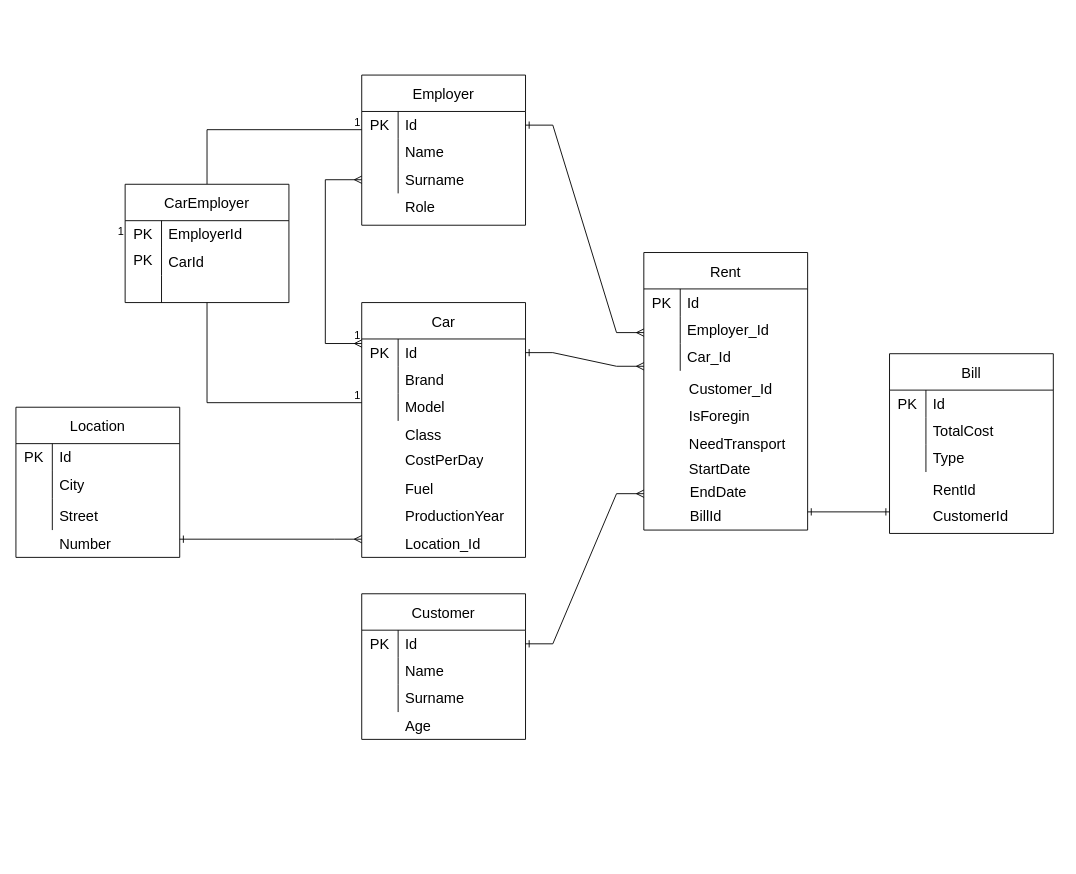
Tomasz98Zukowski/TripBudgetApp keeps this draw.io diagram as Homework warsztat.drawio. Above is the earlier version. Source tidied: cells renumbered, new cells numbered last; positions are measured from the earlier drawing's top-left corner, leaving out a move shared by most shapes. Both pictures are drawn from the tidied source at 91%, with x=0, y=0 at pixel (15, 75).
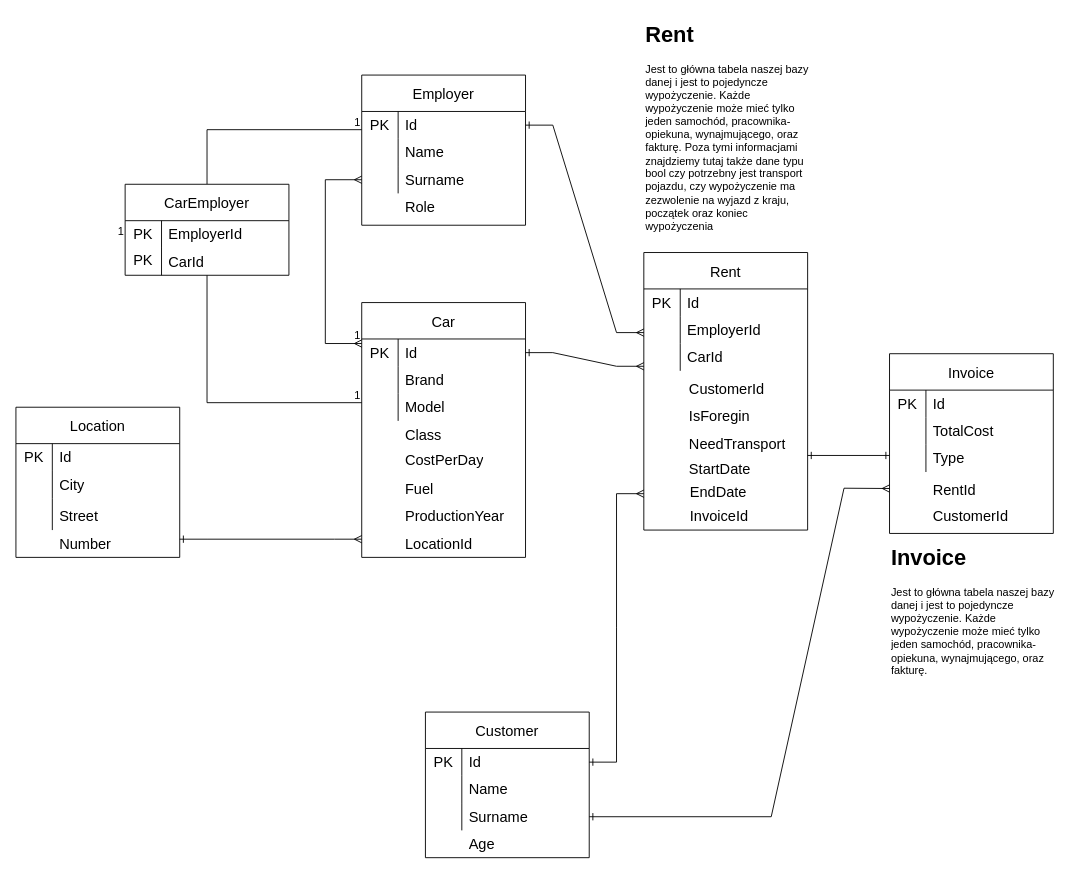
The same page after the edit.

Unchanged cells that the change refers to:
```xml
<mxCell id="6" style="shape=tableRow;horizontal=0;startSize=0;swimlaneHead=0;swimlaneBody=0;top=0;left=0;bottom=0;right=0;fillColor=none;strokeColor=inherit;fontSize=16;" parent="2" vertex="1">
  <mxGeometry y="70" width="180" height="30" as="geometry" />
</mxCell>
<mxCell id="9" style="shape=tableRow;horizontal=0;startSize=0;swimlaneHead=0;swimlaneBody=0;top=0;left=0;bottom=0;right=0;fillColor=none;strokeColor=inherit;fontSize=16;" parent="2" vertex="1">
  <mxGeometry y="100" width="180" height="30" as="geometry" />
</mxCell>
<mxCell id="23" style="shape=tableRow;horizontal=0;startSize=0;swimlaneHead=0;swimlaneBody=0;top=0;left=0;bottom=0;right=0;fillColor=none;points=[[0,0.5],[1,0.5]];portConstraint=eastwest;strokeColor=inherit;fontSize=16;" parent="16" vertex="1">
  <mxGeometry y="100" width="180" height="30" as="geometry" />
</mxCell>
<mxCell id="40" style="shape=tableRow;horizontal=0;startSize=0;swimlaneHead=0;swimlaneBody=0;top=0;left=0;bottom=0;right=0;fillColor=none;points=[[0,0.5],[1,0.5]];portConstraint=eastwest;strokeColor=inherit;fontSize=16;" parent="39" vertex="1">
  <mxGeometry y="40" width="180" height="30" as="geometry" />
</mxCell>
```

What changed in the source:
```diff
@@
-    <mxCell id="8" value="Employer_Id" style="shape=partialRectangle;html=1;whiteSpace=wrap;fillColor=none;top=0;left=0;bottom=0;right=0;align=left;spacingLeft=6;overflow=hidden;strokeColor=inherit;fontSize=16;" parent="6" vertex="1">
+    <mxCell id="8" value="EmployerId" style="shape=partialRectangle;html=1;whiteSpace=wrap;fillColor=none;top=0;left=0;bottom=0;right=0;align=left;spacingLeft=6;overflow=hidden;strokeColor=inherit;fontSize=16;" parent="6" vertex="1">
       <mxGeometry x="40" width="140" height="30" as="geometry" />
     </mxCell>
@@
-    <mxCell id="11" value="Car_Id" style="shape=partialRectangle;html=1;whiteSpace=wrap;fillColor=none;top=0;left=0;bottom=0;right=0;align=left;spacingLeft=6;overflow=hidden;strokeColor=inherit;fontSize=16;" parent="9" vertex="1">
+    <mxCell id="11" value="CarId" style="shape=partialRectangle;html=1;whiteSpace=wrap;fillColor=none;top=0;left=0;bottom=0;right=0;align=left;spacingLeft=6;overflow=hidden;strokeColor=inherit;fontSize=16;" parent="9" vertex="1">
       <mxGeometry x="40" width="140" height="30" as="geometry" />
     </mxCell>
@@
     <mxCell id="16" value="Customer" style="shape=table;startSize=40;childLayout=tableLayout;rowLines=0;fontStyle=0;strokeColor=default;fontSize=16;fillColor=default;" parent="1" vertex="1">
-      <mxGeometry x="380" y="570" width="180" height="160" as="geometry" />
+      <mxGeometry x="450" y="700" width="180" height="160" as="geometry" />
     </mxCell>
@@
     <mxCell id="26" value="Age" style="shape=partialRectangle;html=1;whiteSpace=wrap;fillColor=none;top=0;left=0;bottom=0;right=0;align=left;spacingLeft=6;overflow=hidden;strokeColor=inherit;fontSize=16;" parent="1" vertex="1">
-      <mxGeometry x="420" y="700" width="140" height="30" as="geometry" />
+      <mxGeometry x="490" y="830" width="140" height="30" as="geometry" />
     </mxCell>
-    <mxCell id="27" value="Customer_Id" style="shape=partialRectangle;html=1;whiteSpace=wrap;fillColor=none;top=0;left=0;bottom=0;right=0;align=left;spacingLeft=6;overflow=hidden;strokeColor=inherit;fontSize=16;" parent="1" vertex="1">
+    <mxCell id="27" value="CustomerId" style="shape=partialRectangle;html=1;whiteSpace=wrap;fillColor=none;top=0;left=0;bottom=0;right=0;align=left;spacingLeft=6;overflow=hidden;strokeColor=inherit;fontSize=16;" parent="1" vertex="1">
       <mxGeometry x="732" y="330" width="140" height="30" as="geometry" />
     </mxCell>
@@
     <mxCell id="55" style="edgeStyle=entityRelationEdgeStyle;fontSize=12;html=1;endArrow=ERmany;startArrow=ERone;rounded=0;exitX=1;exitY=0.5;exitDx=0;exitDy=0;startFill=0;endFill=0;" parent="1" edge="1" source="40">
       <mxGeometry relative="1" as="geometry">
         <mxPoint x="690" y="320" as="targetPoint" />
+        <Array as="points">
+          <mxPoint x="630" y="320" />
+        </Array>
       </mxGeometry>
     </mxCell>
-    <mxCell id="56" value="Location_Id" style="shape=partialRectangle;html=1;whiteSpace=wrap;fillColor=none;top=0;left=0;bottom=0;right=0;align=left;spacingLeft=6;overflow=hidden;strokeColor=inherit;fontSize=16;" parent="1" vertex="1">
+    <mxCell id="56" value="LocationId" style="shape=partialRectangle;html=1;whiteSpace=wrap;fillColor=none;top=0;left=0;bottom=0;right=0;align=left;spacingLeft=6;overflow=hidden;strokeColor=inherit;fontSize=16;" parent="1" vertex="1">
       <mxGeometry x="420" y="500" width="140" height="30" as="geometry" />
     </mxCell>
@@
     <mxCell id="74" value="CarEmployer" style="shape=table;startSize=40;childLayout=tableLayout;rowLines=0;fontStyle=0;strokeColor=default;fontSize=16;fillColor=default;" parent="1" vertex="1">
-      <mxGeometry x="120" y="120" width="180" height="130" as="geometry" />
+      <mxGeometry x="120" y="120" width="180" height="100" as="geometry" />
     </mxCell>
@@
-    <mxCell id="81" style="shape=tableRow;horizontal=0;startSize=0;swimlaneHead=0;swimlaneBody=0;top=0;left=0;bottom=0;right=0;fillColor=none;strokeColor=inherit;fontSize=16;" parent="74" vertex="1">
-      <mxGeometry y="100" width="180" height="30" as="geometry" />
-    </mxCell>
-    <mxCell id="82" style="shape=partialRectangle;html=1;whiteSpace=wrap;fillColor=none;top=0;left=0;bottom=0;right=0;overflow=hidden;strokeColor=inherit;fontSize=16;" parent="81" vertex="1">
-      <mxGeometry width="40" height="30" as="geometry" />
-    </mxCell>
-    <mxCell id="83" style="shape=partialRectangle;html=1;whiteSpace=wrap;fillColor=none;top=0;left=0;bottom=0;right=0;align=left;spacingLeft=6;overflow=hidden;strokeColor=inherit;fontSize=16;" parent="81" vertex="1">
-      <mxGeometry x="40" width="140" height="30" as="geometry" />
-    </mxCell>
@@
-    <mxCell id="88" value="BillId" style="shape=partialRectangle;html=1;whiteSpace=wrap;fillColor=none;top=0;left=0;bottom=0;right=0;align=left;spacingLeft=6;overflow=hidden;strokeColor=inherit;fontSize=16;" parent="1" vertex="1">
+    <mxCell id="88" value="InvoiceId" style="shape=partialRectangle;html=1;whiteSpace=wrap;fillColor=none;top=0;left=0;bottom=0;right=0;align=left;spacingLeft=6;overflow=hidden;strokeColor=inherit;fontSize=16;" parent="1" vertex="1">
       <mxGeometry x="733" y="470" width="140" height="30" as="geometry" />
     </mxCell>
-    <mxCell id="89" value="Bill" style="shape=table;startSize=40;childLayout=tableLayout;rowLines=0;fontStyle=0;strokeColor=default;fontSize=16;fillColor=default;" parent="1" vertex="1">
+    <mxCell id="89" value="Invoice" style="shape=table;startSize=40;childLayout=tableLayout;rowLines=0;fontStyle=0;strokeColor=default;fontSize=16;fillColor=default;" parent="1" vertex="1">
       <mxGeometry x="960" y="306.2" width="180" height="197.5" as="geometry" />
     </mxCell>
@@
     <mxCell id="101" style="endArrow=ERone;html=1;rounded=0;startArrow=ERone;startFill=0;endFill=0;" parent="1" edge="1">
       <mxGeometry relative="1" as="geometry">
-        <mxPoint x="870" y="480" as="sourcePoint" />
-        <mxPoint x="960" y="480" as="targetPoint" />
+        <mxPoint x="870" y="418" as="sourcePoint" />
+        <mxPoint x="960" y="418" as="targetPoint" />
       </mxGeometry>
     </mxCell>
+    <mxCell id="102" value="&lt;h1 style=&quot;margin-top: 0px;&quot;&gt;Rent&lt;/h1&gt;&lt;p&gt;Jest to główna tabela naszej bazy danej i jest to pojedyncze wypożyczenie. Każde wypożyczenie może mieć tylko jeden samochód, pracownika-opiekuna, wynajmującego, oraz fakturę. Poza tymi informacjami znajdziemy tutaj także dane typu bool czy potrzebny jest transport pojazdu, czy wypożyczenie ma zezwolenie na wyjazd z kraju, początek oraz koniec wypożyczenia&amp;nbsp;&lt;/p&gt;" style="text;html=1;whiteSpace=wrap;overflow=hidden;rounded=0;" parent="1" vertex="1">
+      <mxGeometry x="690" y="-65" width="187" height="260" as="geometry" />
+    </mxCell>
+    <mxCell id="103" value="&lt;h1 style=&quot;margin-top: 0px;&quot;&gt;Invoice&lt;/h1&gt;&lt;p&gt;Jest to główna tabela naszej bazy danej i jest to pojedyncze wypożyczenie. Każde wypożyczenie może mieć tylko jeden samochód, pracownika-opiekuna, wynajmującego, oraz fakturę.&amp;nbsp;&lt;/p&gt;" style="text;html=1;whiteSpace=wrap;overflow=hidden;rounded=0;" parent="1" vertex="1">
+      <mxGeometry x="960" y="510" width="187" height="160" as="geometry" />
+    </mxCell>
+    <mxCell id="104" style="endArrow=ERmany;html=1;rounded=0;exitX=1;exitY=0.5;exitDx=0;exitDy=0;entryX=0;entryY=0.75;entryDx=0;entryDy=0;startArrow=ERone;startFill=0;endFill=0;" parent="1" edge="1" source="23" target="89">
+      <mxGeometry relative="1" as="geometry">
+        <Array as="points">
+          <mxPoint x="830" y="815" />
+          <mxPoint x="910" y="454" />
+        </Array>
+      </mxGeometry>
+    </mxCell>
```
